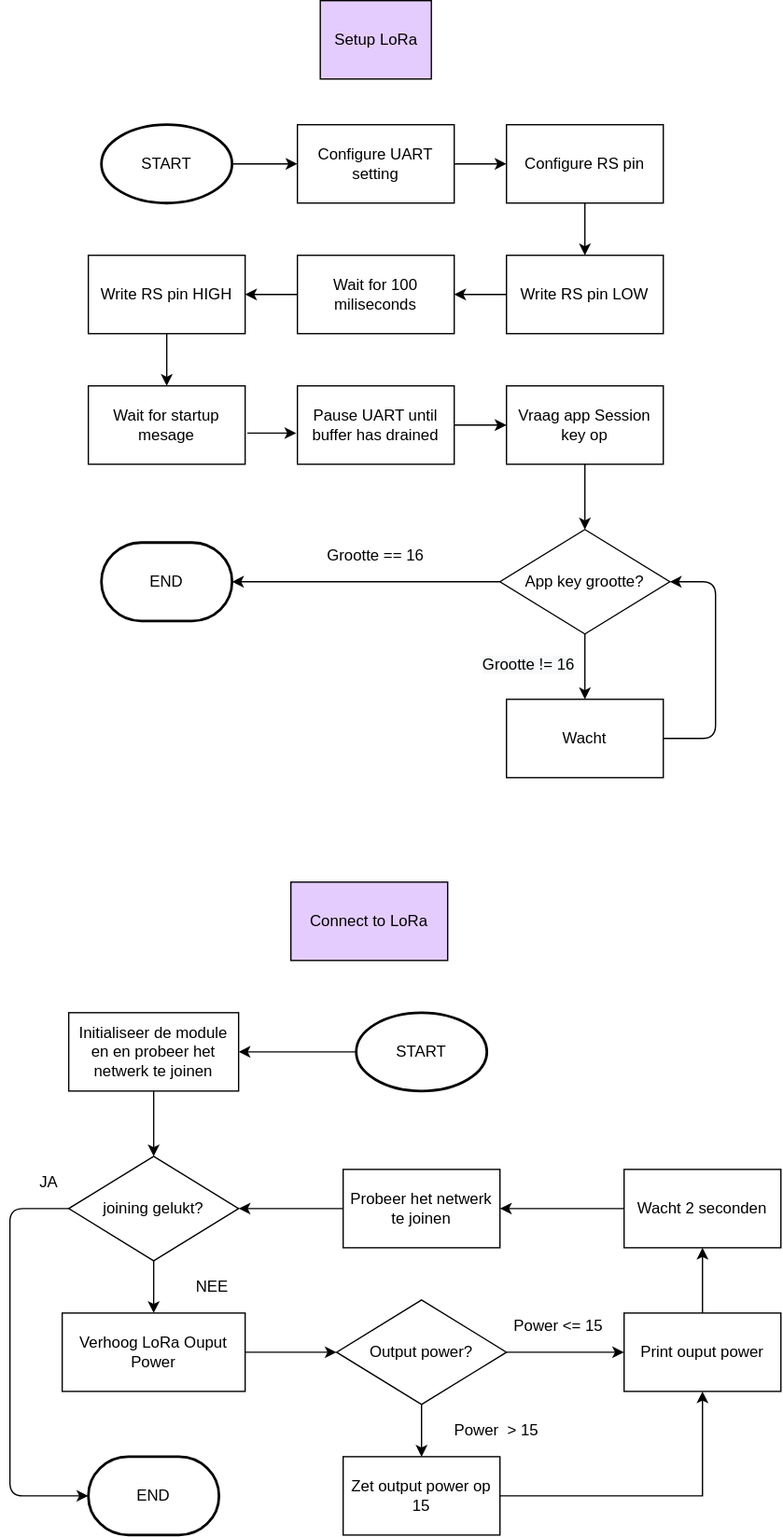
The draw.io diagram assets/FlowChart-RN2483.svg in 747oli/Luchtkwaliteitssensor_analyse, before a commit. Source tidied: cells renumbered, new cells last; positions are measured from the earlier drawing's top-left corner, leaving out a move shared by most shapes.
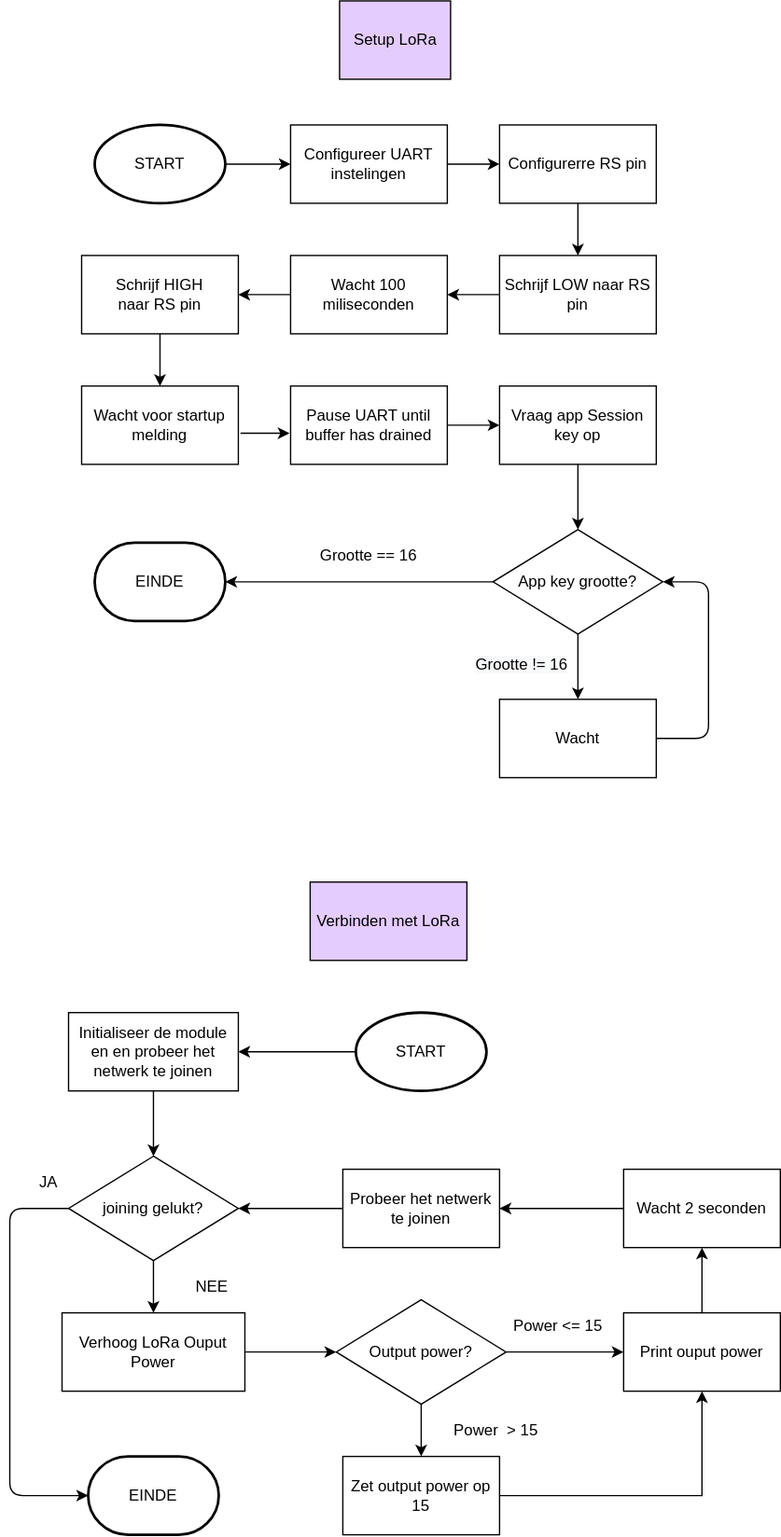
Later version of the same file.

Diff of the diagram source:
```diff
@@ -5,35 +5,35 @@
     <mxCell id="2" value="Setup LoRa" style="rounded=0;whiteSpace=wrap;html=1;fillColor=#E5CCFF;" parent="1" vertex="1">
       <mxGeometry x="237.5" width="85" height="60" as="geometry" />
     </mxCell>
-    <mxCell id="3" value="Configure UART setting" style="rounded=0;whiteSpace=wrap;html=1;" parent="1" vertex="1">
-      <mxGeometry x="220" y="95" width="120" height="60" as="geometry" />
+    <mxCell id="3" value="Configureer UART instelingen" style="rounded=0;whiteSpace=wrap;html=1;" parent="1" vertex="1">
+      <mxGeometry x="200" y="95" width="120" height="60" as="geometry" />
     </mxCell>
-    <mxCell id="4" value="Configure RS pin" style="rounded=0;whiteSpace=wrap;html=1;" parent="1" vertex="1">
-      <mxGeometry x="380" y="95" width="120" height="60" as="geometry" />
+    <mxCell id="4" value="Configurerre RS pin" style="rounded=0;whiteSpace=wrap;html=1;" parent="1" vertex="1">
+      <mxGeometry x="360" y="95" width="120" height="60" as="geometry" />
     </mxCell>
-    <mxCell id="5" value="Write RS pin LOW" style="rounded=0;whiteSpace=wrap;html=1;" parent="1" vertex="1">
-      <mxGeometry x="380" y="195" width="120" height="60" as="geometry" />
+    <mxCell id="5" value="Schrijf LOW naar RS pin" style="rounded=0;whiteSpace=wrap;html=1;" parent="1" vertex="1">
+      <mxGeometry x="360" y="195" width="120" height="60" as="geometry" />
     </mxCell>
-    <mxCell id="6" value="Write RS pin HIGH" style="rounded=0;whiteSpace=wrap;html=1;" parent="1" vertex="1">
-      <mxGeometry x="60" y="195" width="120" height="60" as="geometry" />
+    <mxCell id="6" value="Schrijf HIGH&lt;br&gt;&amp;nbsp;naar RS pin&amp;nbsp;" style="rounded=0;whiteSpace=wrap;html=1;" parent="1" vertex="1">
+      <mxGeometry x="40" y="195" width="120" height="60" as="geometry" />
     </mxCell>
-    <mxCell id="7" value="Wait for 100 miliseconds" style="rounded=0;whiteSpace=wrap;html=1;" parent="1" vertex="1">
-      <mxGeometry x="220" y="195" width="120" height="60" as="geometry" />
+    <mxCell id="7" value="Wacht 100 miliseconden" style="rounded=0;whiteSpace=wrap;html=1;" parent="1" vertex="1">
+      <mxGeometry x="200" y="195" width="120" height="60" as="geometry" />
     </mxCell>
-    <mxCell id="8" value="Wait for startup mesage" style="rounded=0;whiteSpace=wrap;html=1;" parent="1" vertex="1">
-      <mxGeometry x="60" y="295" width="120" height="60" as="geometry" />
+    <mxCell id="8" value="Wacht voor startup melding" style="rounded=0;whiteSpace=wrap;html=1;" parent="1" vertex="1">
+      <mxGeometry x="40" y="295" width="120" height="60" as="geometry" />
     </mxCell>
     <mxCell id="9" value="Pause UART until buffer has drained" style="rounded=0;whiteSpace=wrap;html=1;" parent="1" vertex="1">
-      <mxGeometry x="220" y="295" width="120" height="60" as="geometry" />
+      <mxGeometry x="200" y="295" width="120" height="60" as="geometry" />
     </mxCell>
     <mxCell id="10" value="Vraag app Session key op" style="rounded=0;whiteSpace=wrap;html=1;" parent="1" vertex="1">
-      <mxGeometry x="380" y="295" width="120" height="60" as="geometry" />
+      <mxGeometry x="360" y="295" width="120" height="60" as="geometry" />
     </mxCell>
     <mxCell id="11" value="App key grootte?" style="rhombus;whiteSpace=wrap;html=1;" parent="1" vertex="1">
-      <mxGeometry x="375" y="405" width="130" height="80" as="geometry" />
+      <mxGeometry x="355" y="405" width="130" height="80" as="geometry" />
     </mxCell>
-    <mxCell id="12" value="END" style="strokeWidth=2;html=1;shape=mxgraph.flowchart.terminator;whiteSpace=wrap;" parent="1" vertex="1">
-      <mxGeometry x="70" y="415" width="100" height="60" as="geometry" />
+    <mxCell id="12" value="EINDE" style="strokeWidth=2;html=1;shape=mxgraph.flowchart.terminator;whiteSpace=wrap;" parent="1" vertex="1">
+      <mxGeometry x="50" y="415" width="100" height="60" as="geometry" />
     </mxCell>
     <mxCell id="13" style="endArrow=classic;html=1;exitX=1;exitY=0.5;exitDx=0;exitDy=0;" parent="1" edge="1" source="3" target="4">
       <mxGeometry relative="1" as="geometry" />
@@ -59,7 +59,7 @@
     <mxCell id="20" style="endArrow=classic;html=1;exitX=0.5;exitY=1;exitDx=0;exitDy=0;" parent="1" edge="1" source="10" target="11">
       <mxGeometry relative="1" as="geometry">
         <Array as="points">
-          <mxPoint x="440" y="375" />
+          <mxPoint x="420" y="375" />
         </Array>
       </mxGeometry>
     </mxCell>
@@ -67,10 +67,10 @@
       <mxGeometry relative="1" as="geometry" />
     </mxCell>
     <mxCell id="22" value="Grootte == 16" style="text;html=1;strokeColor=none;fillColor=none;align=center;verticalAlign=middle;whiteSpace=wrap;rounded=0;" parent="1" vertex="1">
-      <mxGeometry x="235" y="415" width="90" height="20" as="geometry" />
+      <mxGeometry x="215" y="415" width="90" height="20" as="geometry" />
     </mxCell>
     <mxCell id="23" value="Wacht" style="rounded=0;whiteSpace=wrap;html=1;" parent="1" vertex="1">
-      <mxGeometry x="380" y="535" width="120" height="60" as="geometry" />
+      <mxGeometry x="360" y="535" width="120" height="60" as="geometry" />
     </mxCell>
     <mxCell id="24" style="endArrow=classic;html=1;exitX=0.5;exitY=1;exitDx=0;exitDy=0;entryX=0.5;entryY=0;entryDx=0;entryDy=0;" parent="1" edge="1" source="11" target="23">
       <mxGeometry relative="1" as="geometry" />
@@ -78,8 +78,8 @@
     <mxCell id="25" style="endArrow=classic;html=1;exitX=1;exitY=0.5;exitDx=0;exitDy=0;entryX=1;entryY=0.5;entryDx=0;entryDy=0;" parent="1" edge="1" source="23" target="11">
       <mxGeometry relative="1" as="geometry">
         <Array as="points">
-          <mxPoint x="540" y="565" />
-          <mxPoint x="540" y="445" />
+          <mxPoint x="520" y="565" />
+          <mxPoint x="520" y="445" />
         </Array>
       </mxGeometry>
     </mxCell>
@@ -87,40 +87,40 @@
       <mxGeometry relative="1" as="geometry" />
     </mxCell>
     <mxCell id="27" value="START" style="strokeWidth=2;html=1;shape=mxgraph.flowchart.start_1;whiteSpace=wrap;" parent="1" vertex="1">
-      <mxGeometry x="70" y="95" width="100" height="60" as="geometry" />
+      <mxGeometry x="50" y="95" width="100" height="60" as="geometry" />
     </mxCell>
     <mxCell id="28" value="&lt;span style=&quot;color: rgb(0 , 0 , 0) ; font-family: &amp;#34;helvetica&amp;#34; ; font-size: 12px ; font-style: normal ; font-weight: 400 ; letter-spacing: normal ; text-align: center ; text-indent: 0px ; text-transform: none ; word-spacing: 0px ; background-color: rgb(248 , 249 , 250) ; display: inline ; float: none&quot;&gt;Grootte != 16&lt;/span&gt;" style="text;whiteSpace=wrap;html=1;" parent="1" vertex="1">
-      <mxGeometry x="360" y="495" width="100" height="30" as="geometry" />
+      <mxGeometry x="340" y="495" width="100" height="30" as="geometry" />
     </mxCell>
-    <mxCell id="29" value="Connect to LoRa" style="rounded=0;whiteSpace=wrap;html=1;fillColor=#E5CCFF;" parent="1" vertex="1">
+    <mxCell id="29" value="Verbinden met LoRa" style="rounded=0;whiteSpace=wrap;html=1;fillColor=#E5CCFF;" parent="1" vertex="1">
       <mxGeometry x="215" y="675" width="120" height="60" as="geometry" />
     </mxCell>
     <mxCell id="30" style="edgeStyle=orthogonalEdgeStyle;rounded=0;jettySize=auto;html=1;" parent="1" edge="1" source="31" target="33">
       <mxGeometry relative="1" as="geometry" />
     </mxCell>
     <mxCell id="31" value="START" style="strokeWidth=2;html=1;shape=mxgraph.flowchart.start_1;whiteSpace=wrap;" parent="1" vertex="1">
-      <mxGeometry x="265" y="775" width="100" height="60" as="geometry" />
+      <mxGeometry x="250" y="775" width="100" height="60" as="geometry" />
     </mxCell>
     <mxCell id="32" style="edgeStyle=orthogonalEdgeStyle;rounded=0;jettySize=auto;html=1;" parent="1" edge="1" source="33" target="35">
       <mxGeometry relative="1" as="geometry" />
     </mxCell>
     <mxCell id="33" value="Initialiseer de module en en probeer het netwerk te joinen" style="rounded=0;whiteSpace=wrap;html=1;" parent="1" vertex="1">
-      <mxGeometry x="45" y="775" width="130" height="60" as="geometry" />
+      <mxGeometry x="30" y="775" width="130" height="60" as="geometry" />
     </mxCell>
     <mxCell id="34" style="edgeStyle=orthogonalEdgeStyle;rounded=0;jettySize=auto;html=1;" parent="1" edge="1" source="35" target="38">
       <mxGeometry relative="1" as="geometry" />
     </mxCell>
     <mxCell id="35" value="joining gelukt?" style="rhombus;whiteSpace=wrap;html=1;" parent="1" vertex="1">
-      <mxGeometry x="45" y="885" width="130" height="80" as="geometry" />
+      <mxGeometry x="30" y="885" width="130" height="80" as="geometry" />
     </mxCell>
-    <mxCell id="36" value="END" style="strokeWidth=2;html=1;shape=mxgraph.flowchart.terminator;whiteSpace=wrap;" parent="1" vertex="1">
-      <mxGeometry x="60" y="1115" width="100" height="60" as="geometry" />
+    <mxCell id="36" value="EINDE" style="strokeWidth=2;html=1;shape=mxgraph.flowchart.terminator;whiteSpace=wrap;" parent="1" vertex="1">
+      <mxGeometry x="45" y="1115" width="100" height="60" as="geometry" />
     </mxCell>
     <mxCell id="37" style="edgeStyle=orthogonalEdgeStyle;rounded=0;jettySize=auto;html=1;" parent="1" edge="1" source="38" target="41">
       <mxGeometry relative="1" as="geometry" />
     </mxCell>
     <mxCell id="38" value="Verhoog LoRa Ouput Power" style="rounded=0;whiteSpace=wrap;html=1;" parent="1" vertex="1">
-      <mxGeometry x="40" y="1005" width="140" height="60" as="geometry" />
+      <mxGeometry x="25" y="1005" width="140" height="60" as="geometry" />
     </mxCell>
     <mxCell id="39" style="edgeStyle=orthogonalEdgeStyle;rounded=0;jettySize=auto;html=1;" parent="1" edge="1" source="41" target="43">
       <mxGeometry relative="1" as="geometry" />
@@ -129,51 +129,51 @@
       <mxGeometry relative="1" as="geometry" />
     </mxCell>
     <mxCell id="41" value="Output power?" style="rhombus;whiteSpace=wrap;html=1;" parent="1" vertex="1">
-      <mxGeometry x="250" y="995" width="130" height="80" as="geometry" />
+      <mxGeometry x="235" y="995" width="130" height="80" as="geometry" />
     </mxCell>
     <mxCell id="42" style="edgeStyle=orthogonalEdgeStyle;rounded=0;jettySize=auto;html=1;entryX=0.5;entryY=1;entryDx=0;entryDy=0;" parent="1" edge="1" source="43" target="47">
       <mxGeometry relative="1" as="geometry" />
     </mxCell>
     <mxCell id="43" value="Zet output power op 15" style="rounded=0;whiteSpace=wrap;html=1;" parent="1" vertex="1">
-      <mxGeometry x="255" y="1115" width="120" height="60" as="geometry" />
+      <mxGeometry x="240" y="1115" width="120" height="60" as="geometry" />
     </mxCell>
     <mxCell id="44" style="endArrow=classic;html=1;exitX=0;exitY=0.5;exitDx=0;exitDy=0;entryX=0;entryY=0.5;entryDx=0;entryDy=0;entryPerimeter=0;" parent="1" edge="1" source="35" target="36">
       <mxGeometry relative="1" as="geometry">
         <Array as="points">
-          <mxPoint y="925" />
-          <mxPoint y="1145" />
+          <mxPoint x="-15" y="925" />
+          <mxPoint x="-15" y="1145" />
         </Array>
       </mxGeometry>
     </mxCell>
     <mxCell id="45" value="JA" style="text;html=1;strokeColor=none;fillColor=none;align=center;verticalAlign=middle;whiteSpace=wrap;rounded=0;" parent="1" vertex="1">
-      <mxGeometry x="10" y="895" width="40" height="20" as="geometry" />
+      <mxGeometry x="-5" y="895" width="40" height="20" as="geometry" />
     </mxCell>
     <mxCell id="46" style="edgeStyle=orthogonalEdgeStyle;rounded=0;jettySize=auto;html=1;entryX=0.5;entryY=1;entryDx=0;entryDy=0;" parent="1" edge="1" source="47" target="52">
       <mxGeometry relative="1" as="geometry" />
     </mxCell>
     <mxCell id="47" value="Print ouput power" style="rounded=0;whiteSpace=wrap;html=1;" parent="1" vertex="1">
-      <mxGeometry x="470" y="1005" width="120" height="60" as="geometry" />
+      <mxGeometry x="455" y="1005" width="120" height="60" as="geometry" />
     </mxCell>
     <mxCell id="48" value="NEE" style="text;html=1;strokeColor=none;fillColor=none;align=center;verticalAlign=middle;whiteSpace=wrap;rounded=0;" parent="1" vertex="1">
-      <mxGeometry x="135" y="975" width="40" height="20" as="geometry" />
+      <mxGeometry x="120" y="975" width="40" height="20" as="geometry" />
     </mxCell>
     <mxCell id="49" value="Power&amp;nbsp; &amp;gt; 15" style="text;html=1;strokeColor=none;fillColor=none;align=center;verticalAlign=middle;whiteSpace=wrap;rounded=0;" parent="1" vertex="1">
-      <mxGeometry x="335" y="1085" width="75" height="20" as="geometry" />
+      <mxGeometry x="320" y="1085" width="75" height="20" as="geometry" />
     </mxCell>
     <mxCell id="50" value="Power &amp;lt;= 15" style="text;html=1;strokeColor=none;fillColor=none;align=center;verticalAlign=middle;whiteSpace=wrap;rounded=0;" parent="1" vertex="1">
-      <mxGeometry x="375" y="1005" width="90" height="20" as="geometry" />
+      <mxGeometry x="360" y="1005" width="90" height="20" as="geometry" />
     </mxCell>
     <mxCell id="51" style="edgeStyle=orthogonalEdgeStyle;rounded=0;jettySize=auto;html=1;" parent="1" edge="1" source="52" target="54">
       <mxGeometry relative="1" as="geometry" />
     </mxCell>
     <mxCell id="52" value="Wacht 2 seconden" style="rounded=0;whiteSpace=wrap;html=1;" parent="1" vertex="1">
-      <mxGeometry x="470" y="895" width="120" height="60" as="geometry" />
+      <mxGeometry x="455" y="895" width="120" height="60" as="geometry" />
     </mxCell>
     <mxCell id="53" style="edgeStyle=orthogonalEdgeStyle;rounded=0;jettySize=auto;html=1;" parent="1" edge="1" source="54" target="35">
       <mxGeometry relative="1" as="geometry" />
     </mxCell>
     <mxCell id="54" value="Probeer het netwerk te joinen" style="rounded=0;whiteSpace=wrap;html=1;" parent="1" vertex="1">
-      <mxGeometry x="255" y="895" width="120" height="60" as="geometry" />
+      <mxGeometry x="240" y="895" width="120" height="60" as="geometry" />
     </mxCell>
   </root>
 </mxGraphModel>
```
